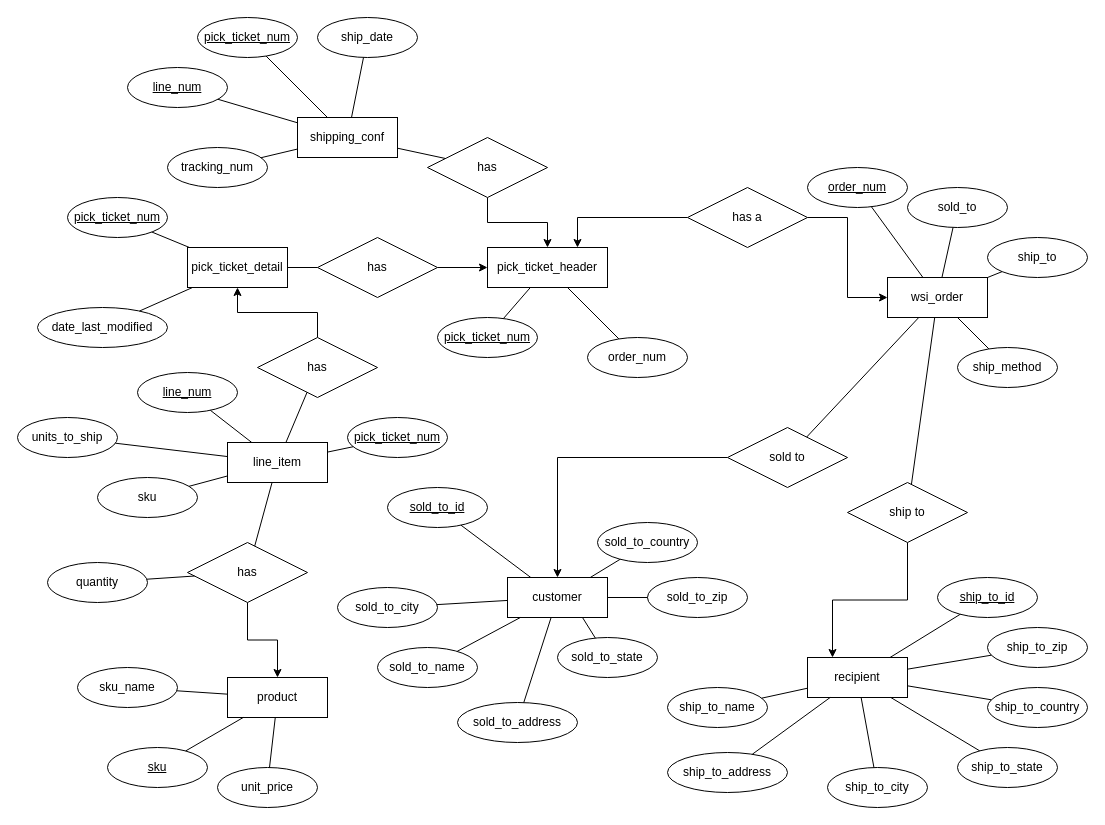
Above: db/WSI Schema.drawio in golfdiscount/golfdiscount-intranet (draw.io), before the change. Source tidied: cells renumbered, new cells numbered last; positions are measured from the earlier drawing's top-left corner, leaving out a move shared by most shapes. Both pictures are drawn from the tidied source at 100%, with x=0, y=0 at pixel (17, 17).
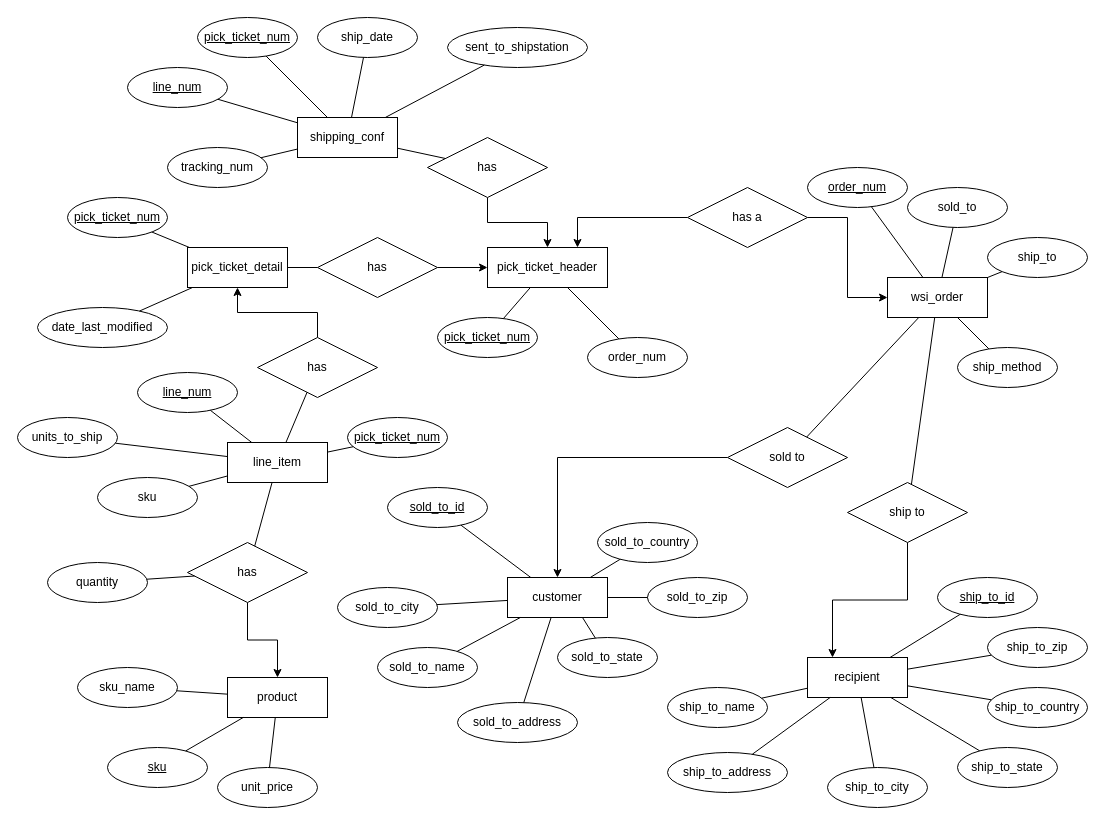
The same page after the edit.

Commit message (it also covers changes not shown here):
Added a shipstation tracking column

Unchanged cells that the change refers to:
```xml
<mxCell id="87" value="shipping_conf" style="whiteSpace=wrap;html=1;align=center;" parent="1" vertex="1">
  <mxGeometry x="280" y="100" width="100" height="40" as="geometry" />
</mxCell>
```

Change to the diagram source:
```diff
@@
+    <mxCell id="99" value="sent_to_shipstation" style="ellipse;whiteSpace=wrap;html=1;align=center;" parent="1" vertex="1">
+      <mxGeometry x="430" y="10" width="140" height="40" as="geometry" />
+    </mxCell>
+    <mxCell id="100" style="endArrow=none;html=1;rounded=0;" parent="1" edge="1" source="87" target="99">
+      <mxGeometry relative="1" as="geometry" />
+    </mxCell>
```
